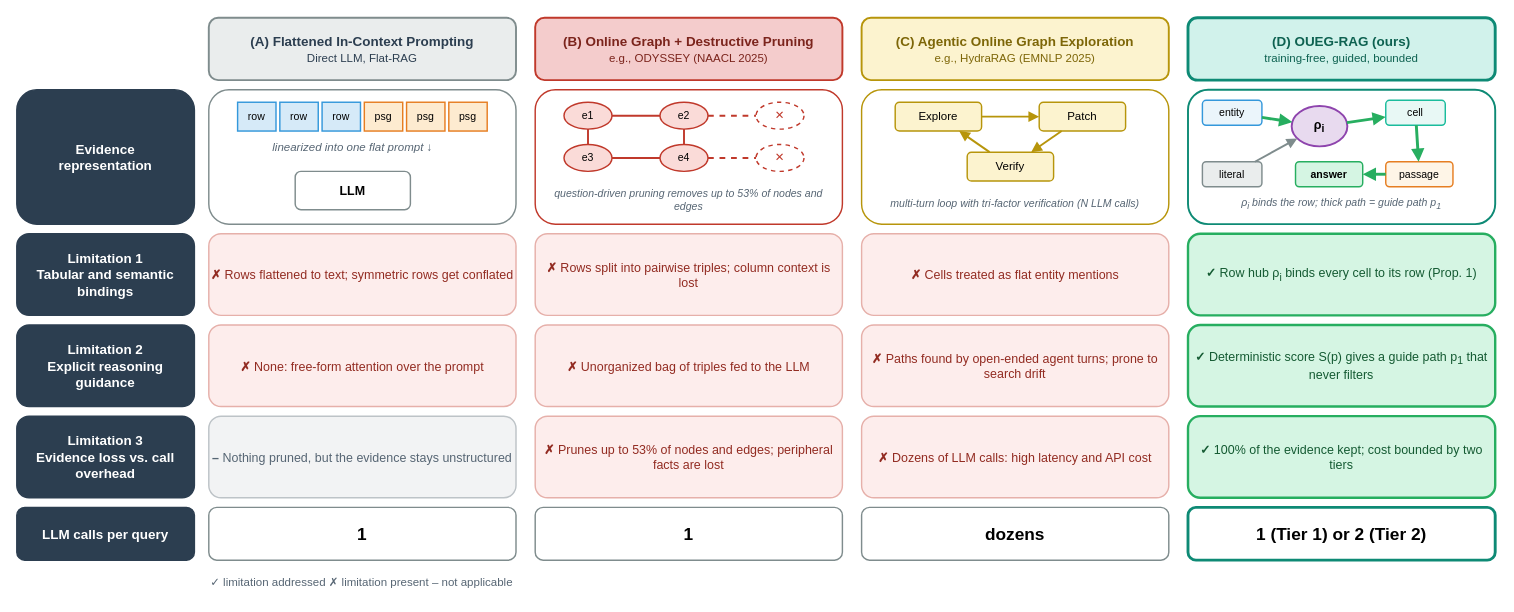
Earlier version of the draw.io diagram paper_v2/figures/fig1_paradigm_comparison.drawio (trungkiends2022/online-kg-rag). Source tidied: cells renumbered, new cells numbered last; positions are measured from the earlier drawing's top-left corner, leaving out a move shared by most shapes. Both pictures are drawn from the tidied source at 96%, with x=0, y=0 at pixel (16, 17).
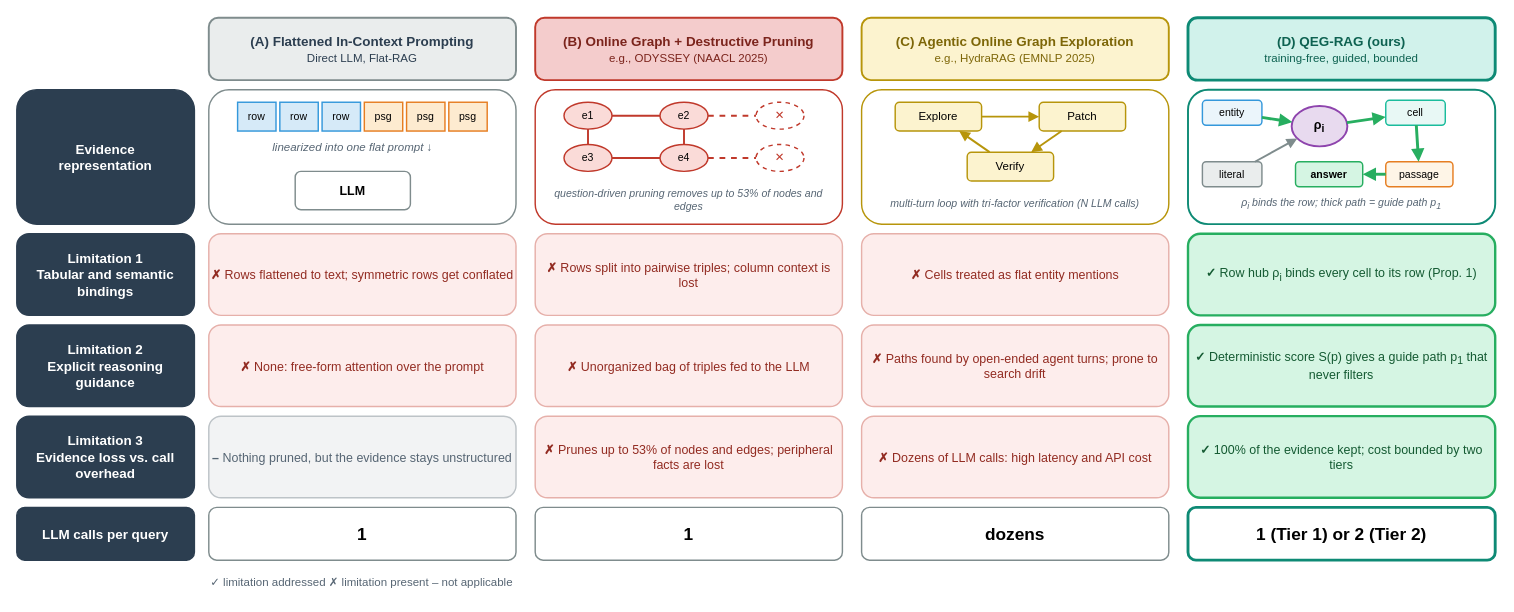
The same page after the edit.

Change to the diagram source:
```diff
@@
-    <mxCell id="13" value="&lt;b&gt;(D) OUEG-RAG (ours)&lt;/b&gt;&lt;br&gt;&lt;font style='font-size:12px'&gt;training-free, guided, bounded&lt;/font&gt;" style="rounded=1;whiteSpace=wrap;html=1;fillColor=#d1f2eb;strokeColor=#0e8a75;strokeWidth=3;fontSize=14;fontColor=#0e6251;" parent="1" vertex="1">
+    <mxCell id="13" value="&lt;b&gt;(D) QEG-RAG (ours)&lt;/b&gt;&lt;br&gt;&lt;font style='font-size:12px'&gt;training-free, guided, bounded&lt;/font&gt;" style="rounded=1;whiteSpace=wrap;html=1;fillColor=#d1f2eb;strokeColor=#0e8a75;strokeWidth=3;fontSize=14;fontColor=#0e6251;" parent="1" vertex="1">
       <mxGeometry x="1220" width="320" height="65" as="geometry" />
     </mxCell>
```
